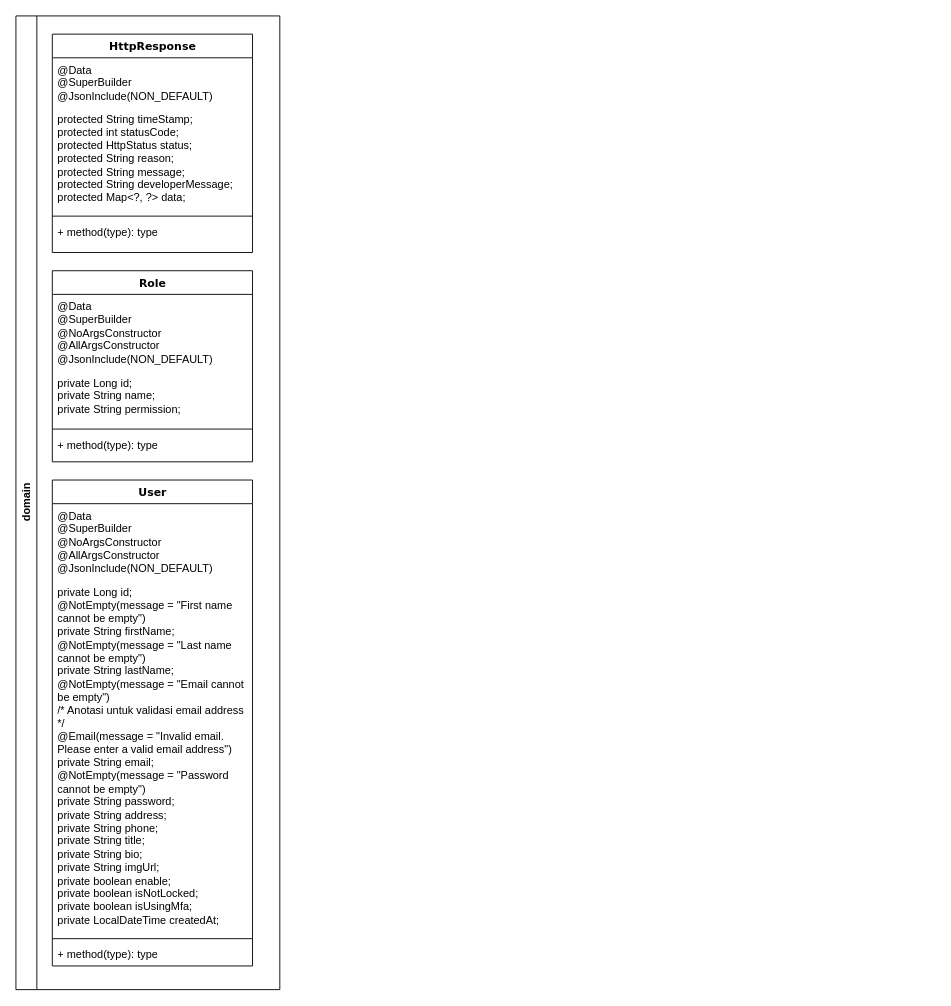
jarisiber/layer-architecture keeps this draw.io diagram as Untitled Diagram.drawio. Above is the earlier version. Source tidied: cells renumbered, new cells numbered last; positions are measured from the earlier drawing's top-left corner, leaving out a move shared by most shapes. Both pictures are drawn from the tidied source at 91%, with x=0, y=0 at pixel (15, 15).
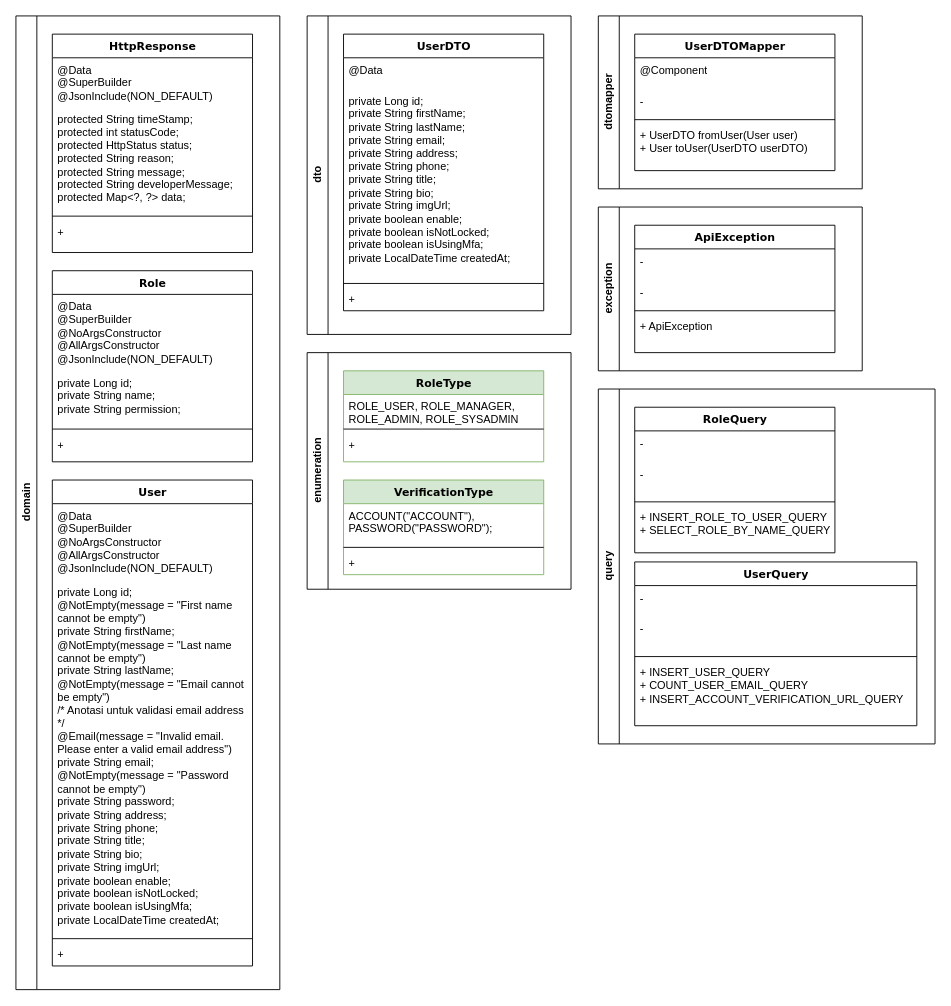
The same diagram, later.

Unchanged cells that the change refers to:
```xml
<mxCell id="3" value="HttpResponse" style="swimlane;html=1;fontStyle=1;align=center;verticalAlign=top;horizontal=1;startSize=26;swimlaneFillColor=#ffffff;rounded=0;shadow=0;comic=0;labelBackgroundColor=none;strokeWidth=1;fillColor=none;fontFamily=Verdana;fontSize=12;" parent="2" vertex="1">
  <mxGeometry x="40" y="20" width="220" height="240" as="geometry" />
</mxCell>
<mxCell id="8" value="Role" style="swimlane;html=1;fontStyle=1;align=center;verticalAlign=top;horizontal=1;startSize=26;swimlaneFillColor=#ffffff;rounded=0;shadow=0;comic=0;labelBackgroundColor=none;strokeWidth=1;fillColor=none;fontFamily=Verdana;fontSize=12;" parent="2" vertex="1">
  <mxGeometry x="40" y="280" width="220" height="210" as="geometry" />
</mxCell>
<mxCell id="13" value="User" style="swimlane;html=1;fontStyle=1;align=center;verticalAlign=top;horizontal=1;startSize=26;swimlaneFillColor=#ffffff;rounded=0;shadow=0;comic=0;labelBackgroundColor=none;strokeWidth=1;fillColor=none;fontFamily=Verdana;fontSize=12;" parent="2" vertex="1">
  <mxGeometry x="40" y="510" width="220" height="534" as="geometry" />
</mxCell>
```

Diff of the diagram source:
```diff
@@
-    <mxCell id="7" value="+ method(type): type" style="text;html=1;strokeColor=none;fillColor=none;align=left;verticalAlign=top;spacingLeft=4;spacingRight=4;whiteSpace=wrap;overflow=hidden;" parent="3" vertex="1">
+    <mxCell id="7" value="+&amp;nbsp;" style="text;html=1;strokeColor=none;fillColor=none;align=left;verticalAlign=top;spacingLeft=4;spacingRight=4;whiteSpace=wrap;overflow=hidden;" parent="3" vertex="1">
       <mxGeometry y="204" width="220" height="26" as="geometry" />
     </mxCell>
@@
-    <mxCell id="12" value="+ method(type): type" style="text;html=1;strokeColor=none;fillColor=none;align=left;verticalAlign=top;spacingLeft=4;spacingRight=4;whiteSpace=wrap;overflow=hidden;" parent="8" vertex="1">
+    <mxCell id="12" value="+" style="text;html=1;strokeColor=none;fillColor=none;align=left;verticalAlign=top;spacingLeft=4;spacingRight=4;whiteSpace=wrap;overflow=hidden;" parent="8" vertex="1">
       <mxGeometry y="178" width="220" height="26" as="geometry" />
     </mxCell>
@@
-    <mxCell id="17" value="+ method(type): type" style="text;html=1;strokeColor=none;fillColor=none;align=left;verticalAlign=top;spacingLeft=4;spacingRight=4;whiteSpace=wrap;overflow=hidden;" parent="13" vertex="1">
+    <mxCell id="17" value="+" style="text;html=1;strokeColor=none;fillColor=none;align=left;verticalAlign=top;spacingLeft=4;spacingRight=4;whiteSpace=wrap;overflow=hidden;" parent="13" vertex="1">
       <mxGeometry y="508" width="220" height="26" as="geometry" />
     </mxCell>
+    <mxCell id="18" value="dto" style="swimlane;horizontal=0;whiteSpace=wrap;html=1;" parent="1" vertex="1">
+      <mxGeometry x="320" width="290" height="350" as="geometry" />
+    </mxCell>
+    <mxCell id="19" value="UserDTO" style="swimlane;html=1;fontStyle=1;align=center;verticalAlign=top;horizontal=1;startSize=26;swimlaneFillColor=#ffffff;rounded=0;shadow=0;comic=0;labelBackgroundColor=none;strokeWidth=1;fillColor=none;fontFamily=Verdana;fontSize=12;" parent="18" vertex="1">
+      <mxGeometry x="40" y="20" width="220" height="304" as="geometry" />
+    </mxCell>
+    <mxCell id="20" value="&lt;div&gt;@Data&lt;/div&gt;" style="text;html=1;strokeColor=none;fillColor=none;align=left;verticalAlign=top;spacingLeft=4;spacingRight=4;whiteSpace=wrap;overflow=hidden;" parent="19" vertex="1">
+      <mxGeometry y="26" width="220" height="34" as="geometry" />
+    </mxCell>
+    <mxCell id="21" value="&lt;div&gt;private Long id;&lt;/div&gt;&lt;div&gt;private String firstName;&lt;/div&gt;&lt;div&gt;private String lastName;&lt;/div&gt;&lt;div&gt;private String email;&lt;/div&gt;&lt;div&gt;private String address;&lt;/div&gt;&lt;div&gt;private String phone;&lt;/div&gt;&lt;div&gt;private String title;&lt;/div&gt;&lt;div&gt;private String bio;&lt;/div&gt;&lt;div&gt;private String imgUrl;&lt;/div&gt;&lt;div&gt;private boolean enable;&lt;/div&gt;&lt;div&gt;private boolean isNotLocked;&lt;/div&gt;&lt;div&gt;private boolean isUsingMfa;&lt;/div&gt;&lt;div&gt;private LocalDateTime createdAt;&lt;/div&gt;" style="text;html=1;strokeColor=none;fillColor=none;align=left;verticalAlign=top;spacingLeft=4;spacingRight=4;whiteSpace=wrap;overflow=hidden;" parent="19" vertex="1">
+      <mxGeometry y="60" width="220" height="210" as="geometry" />
+    </mxCell>
+    <mxCell id="22" style="line;html=1;strokeWidth=1;fillColor=none;align=left;verticalAlign=middle;spacingTop=-1;spacingLeft=3;spacingRight=3;labelPosition=right;" parent="19" vertex="1">
+      <mxGeometry y="270" width="220" height="8" as="geometry" />
+    </mxCell>
+    <mxCell id="23" value="+&amp;nbsp;" style="text;html=1;strokeColor=none;fillColor=none;align=left;verticalAlign=top;spacingLeft=4;spacingRight=4;whiteSpace=wrap;overflow=hidden;" parent="19" vertex="1">
+      <mxGeometry y="278" width="220" height="26" as="geometry" />
+    </mxCell>
+    <mxCell id="24" value="dtomapper" style="swimlane;horizontal=0;whiteSpace=wrap;html=1;" parent="1" vertex="1">
+      <mxGeometry x="640" width="290" height="190" as="geometry" />
+    </mxCell>
+    <mxCell id="25" value="UserDTOMapper" style="swimlane;html=1;fontStyle=1;align=center;verticalAlign=top;horizontal=1;startSize=26;swimlaneFillColor=#ffffff;rounded=0;shadow=0;comic=0;labelBackgroundColor=none;strokeWidth=1;fillColor=none;fontFamily=Verdana;fontSize=12;" parent="24" vertex="1">
+      <mxGeometry x="40" y="20" width="220" height="150" as="geometry" />
+    </mxCell>
+    <mxCell id="26" value="&lt;div&gt;@Component&lt;/div&gt;" style="text;html=1;strokeColor=none;fillColor=none;align=left;verticalAlign=top;spacingLeft=4;spacingRight=4;whiteSpace=wrap;overflow=hidden;" parent="25" vertex="1">
+      <mxGeometry y="26" width="220" height="34" as="geometry" />
+    </mxCell>
+    <mxCell id="27" value="&lt;div&gt;-&amp;nbsp;&lt;/div&gt;" style="text;html=1;strokeColor=none;fillColor=none;align=left;verticalAlign=top;spacingLeft=4;spacingRight=4;whiteSpace=wrap;overflow=hidden;" parent="25" vertex="1">
+      <mxGeometry y="60" width="220" height="30" as="geometry" />
+    </mxCell>
+    <mxCell id="28" style="line;html=1;strokeWidth=1;fillColor=none;align=left;verticalAlign=middle;spacingTop=-1;spacingLeft=3;spacingRight=3;labelPosition=right;" parent="25" vertex="1">
+      <mxGeometry y="90" width="220" height="8" as="geometry" />
+    </mxCell>
+    <mxCell id="29" value="&lt;div&gt;+ UserDTO fromUser(User user)&lt;/div&gt;&lt;div&gt;+ User toUser(UserDTO userDTO)&lt;/div&gt;" style="text;html=1;strokeColor=none;fillColor=none;align=left;verticalAlign=top;spacingLeft=4;spacingRight=4;whiteSpace=wrap;overflow=hidden;" parent="25" vertex="1">
+      <mxGeometry y="98" width="220" height="42" as="geometry" />
+    </mxCell>
+    <mxCell id="30" value="enumeration" style="swimlane;horizontal=0;whiteSpace=wrap;html=1;" parent="1" vertex="1">
+      <mxGeometry x="320" y="370" width="290" height="260" as="geometry" />
+    </mxCell>
+    <mxCell id="31" value="RoleType" style="swimlane;html=1;fontStyle=1;align=center;verticalAlign=top;horizontal=1;startSize=26;swimlaneFillColor=#ffffff;rounded=0;shadow=0;comic=0;labelBackgroundColor=none;strokeWidth=1;fillColor=#d5e8d4;fontFamily=Verdana;fontSize=12;strokeColor=#82b366;fillStyle=solid;" parent="30" vertex="1">
+      <mxGeometry x="40" y="20" width="220" height="100" as="geometry" />
+    </mxCell>
+    <mxCell id="32" value="&lt;div&gt;ROLE_USER, ROLE_MANAGER, ROLE_ADMIN, ROLE_SYSADMIN&lt;/div&gt;" style="text;html=1;strokeColor=none;fillColor=none;align=left;verticalAlign=top;spacingLeft=4;spacingRight=4;whiteSpace=wrap;overflow=hidden;" parent="31" vertex="1">
+      <mxGeometry y="26" width="220" height="34" as="geometry" />
+    </mxCell>
+    <mxCell id="33" style="line;html=1;strokeWidth=1;fillColor=none;align=left;verticalAlign=middle;spacingTop=-1;spacingLeft=3;spacingRight=3;labelPosition=right;" parent="31" vertex="1">
+      <mxGeometry y="60" width="220" height="8" as="geometry" />
+    </mxCell>
+    <mxCell id="34" value="+" style="text;html=1;strokeColor=none;fillColor=none;align=left;verticalAlign=top;spacingLeft=4;spacingRight=4;whiteSpace=wrap;overflow=hidden;" parent="31" vertex="1">
+      <mxGeometry y="68" width="220" height="26" as="geometry" />
+    </mxCell>
+    <mxCell id="35" value="VerificationType" style="swimlane;html=1;fontStyle=1;align=center;verticalAlign=top;horizontal=1;startSize=26;swimlaneFillColor=#ffffff;rounded=0;shadow=0;comic=0;labelBackgroundColor=none;strokeWidth=1;fillColor=#d5e8d4;fontFamily=Verdana;fontSize=12;strokeColor=#82b366;fillStyle=solid;" parent="1" vertex="1">
+      <mxGeometry x="360" y="510" width="220" height="104" as="geometry" />
+    </mxCell>
+    <mxCell id="36" value="&lt;div&gt;ACCOUNT(&quot;ACCOUNT&quot;),&lt;/div&gt;&lt;div&gt;PASSWORD(&quot;PASSWORD&quot;);&lt;/div&gt;" style="text;html=1;strokeColor=none;fillColor=none;align=left;verticalAlign=top;spacingLeft=4;spacingRight=4;whiteSpace=wrap;overflow=hidden;" parent="35" vertex="1">
+      <mxGeometry y="26" width="220" height="44" as="geometry" />
+    </mxCell>
+    <mxCell id="37" style="line;html=1;strokeWidth=1;fillColor=none;align=left;verticalAlign=middle;spacingTop=-1;spacingLeft=3;spacingRight=3;labelPosition=right;" parent="35" vertex="1">
+      <mxGeometry y="70" width="220" height="8" as="geometry" />
+    </mxCell>
+    <mxCell id="38" value="+" style="text;html=1;strokeColor=none;fillColor=none;align=left;verticalAlign=top;spacingLeft=4;spacingRight=4;whiteSpace=wrap;overflow=hidden;" parent="35" vertex="1">
+      <mxGeometry y="78" width="220" height="26" as="geometry" />
+    </mxCell>
+    <mxCell id="39" value="exception" style="swimlane;horizontal=0;whiteSpace=wrap;html=1;" parent="1" vertex="1">
+      <mxGeometry x="640" y="210" width="290" height="180" as="geometry" />
+    </mxCell>
+    <mxCell id="40" value="ApiException" style="swimlane;html=1;fontStyle=1;align=center;verticalAlign=top;horizontal=1;startSize=26;swimlaneFillColor=#ffffff;rounded=0;shadow=0;comic=0;labelBackgroundColor=none;strokeWidth=1;fillColor=none;fontFamily=Verdana;fontSize=12;" parent="39" vertex="1">
+      <mxGeometry x="40" y="20" width="220" height="140" as="geometry" />
+    </mxCell>
+    <mxCell id="41" value="&lt;div&gt;-&lt;/div&gt;" style="text;html=1;strokeColor=none;fillColor=none;align=left;verticalAlign=top;spacingLeft=4;spacingRight=4;whiteSpace=wrap;overflow=hidden;" parent="40" vertex="1">
+      <mxGeometry y="26" width="220" height="34" as="geometry" />
+    </mxCell>
+    <mxCell id="42" value="&lt;div&gt;-&amp;nbsp;&lt;/div&gt;" style="text;html=1;strokeColor=none;fillColor=none;align=left;verticalAlign=top;spacingLeft=4;spacingRight=4;whiteSpace=wrap;overflow=hidden;" parent="40" vertex="1">
+      <mxGeometry y="60" width="220" height="30" as="geometry" />
+    </mxCell>
+    <mxCell id="43" style="line;html=1;strokeWidth=1;fillColor=none;align=left;verticalAlign=middle;spacingTop=-1;spacingLeft=3;spacingRight=3;labelPosition=right;" parent="40" vertex="1">
+      <mxGeometry y="90" width="220" height="8" as="geometry" />
+    </mxCell>
+    <mxCell id="44" value="&lt;div&gt;+ ApiException&lt;/div&gt;" style="text;html=1;strokeColor=none;fillColor=none;align=left;verticalAlign=top;spacingLeft=4;spacingRight=4;whiteSpace=wrap;overflow=hidden;" parent="40" vertex="1">
+      <mxGeometry y="98" width="220" height="42" as="geometry" />
+    </mxCell>
+    <mxCell id="45" value="query" style="swimlane;horizontal=0;whiteSpace=wrap;html=1;" parent="1" vertex="1">
+      <mxGeometry x="640" y="410" width="370" height="390" as="geometry" />
+    </mxCell>
+    <mxCell id="46" value="RoleQuery" style="swimlane;html=1;fontStyle=1;align=center;verticalAlign=top;horizontal=1;startSize=26;swimlaneFillColor=#ffffff;rounded=0;shadow=0;comic=0;labelBackgroundColor=none;strokeWidth=1;fillColor=none;fontFamily=Verdana;fontSize=12;" parent="45" vertex="1">
+      <mxGeometry x="40" y="20" width="220" height="160" as="geometry" />
+    </mxCell>
+    <mxCell id="47" value="&lt;div&gt;-&amp;nbsp;&lt;/div&gt;" style="text;html=1;strokeColor=none;fillColor=none;align=left;verticalAlign=top;spacingLeft=4;spacingRight=4;whiteSpace=wrap;overflow=hidden;" parent="46" vertex="1">
+      <mxGeometry y="26" width="220" height="34" as="geometry" />
+    </mxCell>
+    <mxCell id="48" value="&lt;div&gt;-&amp;nbsp;&lt;/div&gt;" style="text;html=1;strokeColor=none;fillColor=none;align=left;verticalAlign=top;spacingLeft=4;spacingRight=4;whiteSpace=wrap;overflow=hidden;" parent="46" vertex="1">
+      <mxGeometry y="60" width="220" height="40" as="geometry" />
+    </mxCell>
+    <mxCell id="49" style="line;html=1;strokeWidth=1;fillColor=none;align=left;verticalAlign=middle;spacingTop=-1;spacingLeft=3;spacingRight=3;labelPosition=right;" parent="46" vertex="1">
+      <mxGeometry y="100" width="220" height="8" as="geometry" />
+    </mxCell>
+    <mxCell id="50" value="+&amp;nbsp;INSERT_ROLE_TO_USER_QUERY&lt;div&gt;+ SELECT_ROLE_BY_NAME_QUERY&lt;/div&gt;" style="text;html=1;strokeColor=none;fillColor=none;align=left;verticalAlign=top;spacingLeft=4;spacingRight=4;whiteSpace=wrap;overflow=hidden;" parent="46" vertex="1">
+      <mxGeometry y="108" width="220" height="52" as="geometry" />
+    </mxCell>
+    <mxCell id="51" value="UserQuery" style="swimlane;html=1;fontStyle=1;align=center;verticalAlign=top;horizontal=1;startSize=26;swimlaneFillColor=#ffffff;rounded=0;shadow=0;comic=0;labelBackgroundColor=none;strokeWidth=1;fillColor=none;fontFamily=Verdana;fontSize=12;" parent="45" vertex="1">
+      <mxGeometry x="40" y="190" width="310" height="180" as="geometry" />
+    </mxCell>
+    <mxCell id="52" value="&lt;div&gt;-&amp;nbsp;&lt;/div&gt;" style="text;html=1;strokeColor=none;fillColor=none;align=left;verticalAlign=top;spacingLeft=4;spacingRight=4;whiteSpace=wrap;overflow=hidden;" parent="51" vertex="1">
+      <mxGeometry y="26" width="310" height="34" as="geometry" />
+    </mxCell>
+    <mxCell id="53" value="&lt;div&gt;-&amp;nbsp;&lt;/div&gt;" style="text;html=1;strokeColor=none;fillColor=none;align=left;verticalAlign=top;spacingLeft=4;spacingRight=4;whiteSpace=wrap;overflow=hidden;" parent="51" vertex="1">
+      <mxGeometry y="60" width="310" height="40" as="geometry" />
+    </mxCell>
+    <mxCell id="54" style="line;html=1;strokeWidth=1;fillColor=none;align=left;verticalAlign=middle;spacingTop=-1;spacingLeft=3;spacingRight=3;labelPosition=right;" parent="51" vertex="1">
+      <mxGeometry y="100" width="310" height="8" as="geometry" />
+    </mxCell>
+    <mxCell id="55" value="+&amp;nbsp;INSERT_USER_QUERY&lt;div&gt;+ COUNT_USER_EMAIL_QUERY&lt;/div&gt;&lt;div&gt;+ INSERT_ACCOUNT_VERIFICATION_URL_QUERY&lt;/div&gt;" style="text;html=1;strokeColor=none;fillColor=none;align=left;verticalAlign=top;spacingLeft=4;spacingRight=4;whiteSpace=wrap;overflow=hidden;" parent="51" vertex="1">
+      <mxGeometry y="108" width="310" height="62" as="geometry" />
+    </mxCell>
```
